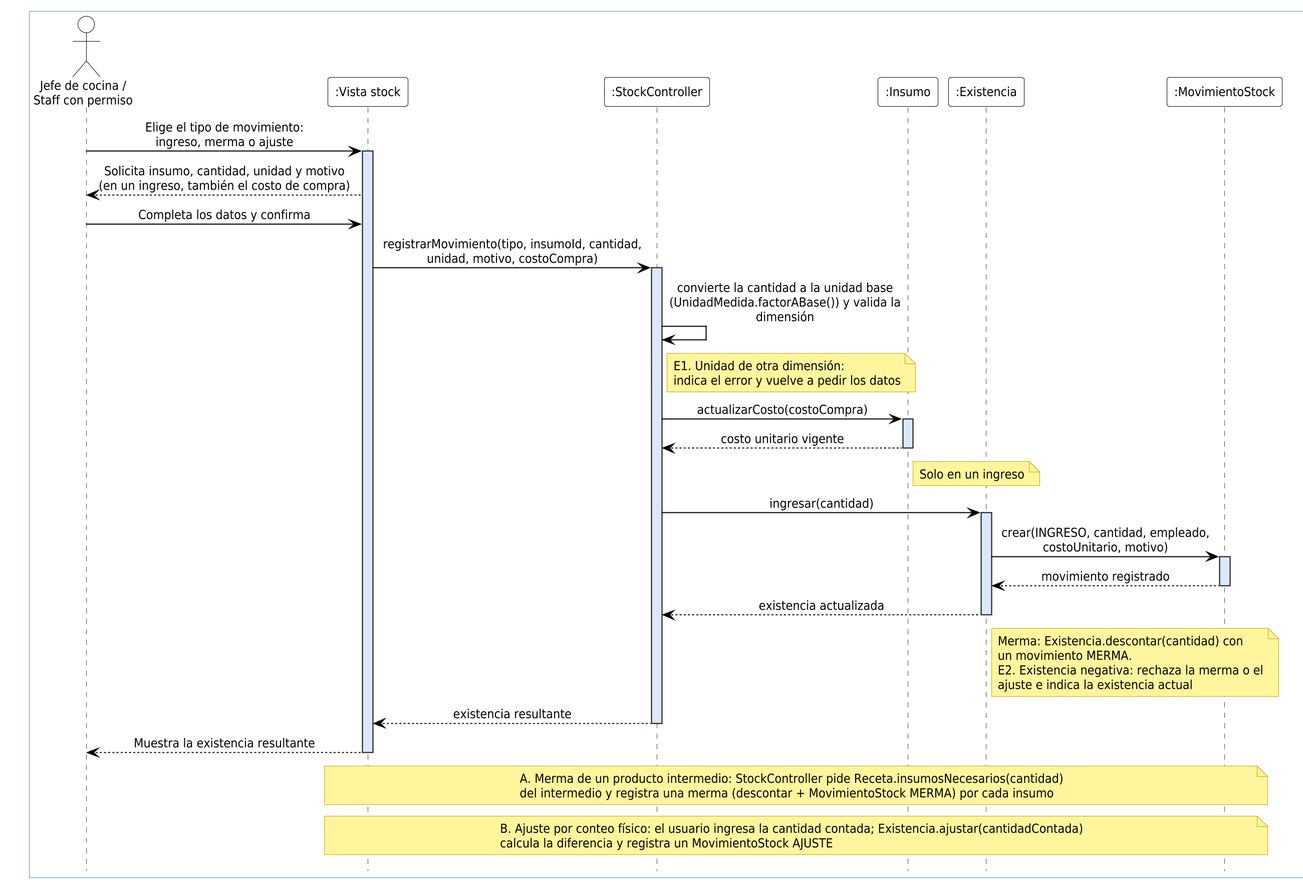
GabrielLigresti/TFG-PGIM keeps this PlantUML diagram as docs/modelos/secuencia/CU-08-registrar-movimientos-de-stock/v1/cu-08-secuencia-v1.png. Above is the earlier version. The source it was exported from:
```plantuml
@startuml cu-08-secuencia-v1
skinparam dpi 200
skinparam defaultFontName DejaVu Sans Condensed
skinparam defaultFontSize 12
skinparam shadowing false
skinparam maxMessageSize 260
skinparam sequenceMessageAlign center
skinparam responseMessageBelowArrow false
skinparam ArrowColor #000000
skinparam ArrowThickness 1
skinparam ActorBorderColor #000000
skinparam ActorBackgroundColor #FFFFFF
skinparam ActorFontColor #000000
skinparam ParticipantBorderColor #000000
skinparam ParticipantBackgroundColor #FFFFFF
skinparam ParticipantFontColor #000000
skinparam NoteBorderColor #BFA800
skinparam NoteBackgroundColor #FFF59D
skinparam NoteFontColor #000000
skinparam BoxPadding 12
skinparam sequence {
  LifeLineBorderColor #444444
  LifeLineBackgroundColor #DAE8FC
  BoxBorderColor #4A90D9
  BoxBackgroundColor #FFFFFF
}
hide footbox

box
  actor "Jefe de cocina /\nStaff con permiso" as U
  participant ":Vista stock" as V
  participant ":StockController" as SC
  participant ":Insumo" as I
  participant ":Existencia" as E
  participant ":MovimientoStock" as MS
end box

U -> V : Elige el tipo de movimiento:\ningreso, merma o ajuste
activate V
V --> U : Solicita insumo, cantidad, unidad y motivo\n(en un ingreso, también el costo de compra)
U -> V : Completa los datos y confirma
V -> SC : registrarMovimiento(tipo, insumoId, cantidad,\nunidad, motivo, costoCompra)
activate SC
SC -> SC : convierte la cantidad a la unidad base\n(UnidadMedida.factorABase()) y valida la dimensión
note right of SC : E1. Unidad de otra dimensión:\nindica el error y vuelve a pedir los datos
SC -> I : actualizarCosto(costoCompra)
activate I
I --> SC : costo unitario vigente
deactivate I
note right of I : Solo en un ingreso
SC -> E : ingresar(cantidad)
activate E
E -> MS : crear(INGRESO, cantidad, empleado,\ncostoUnitario, motivo)
activate MS
MS --> E : movimiento registrado
deactivate MS
E --> SC : existencia actualizada
deactivate E
note right of E : Merma: Existencia.descontar(cantidad) con\nun movimiento MERMA.\nE2. Existencia negativa: rechaza la merma o el\najuste e indica la existencia actual
SC --> V : existencia resultante
deactivate SC
V --> U : Muestra la existencia resultante
deactivate V

note over V, MS : A. Merma de un producto intermedio: StockController pide Receta.insumosNecesarios(cantidad)\ndel intermedio y registra una merma (descontar + MovimientoStock MERMA) por cada insumo
note over V, MS : B. Ajuste por conteo físico: el usuario ingresa la cantidad contada; Existencia.ajustar(cantidadContada)\ncalcula la diferencia y registra un MovimientoStock AJUSTE
@enduml
```
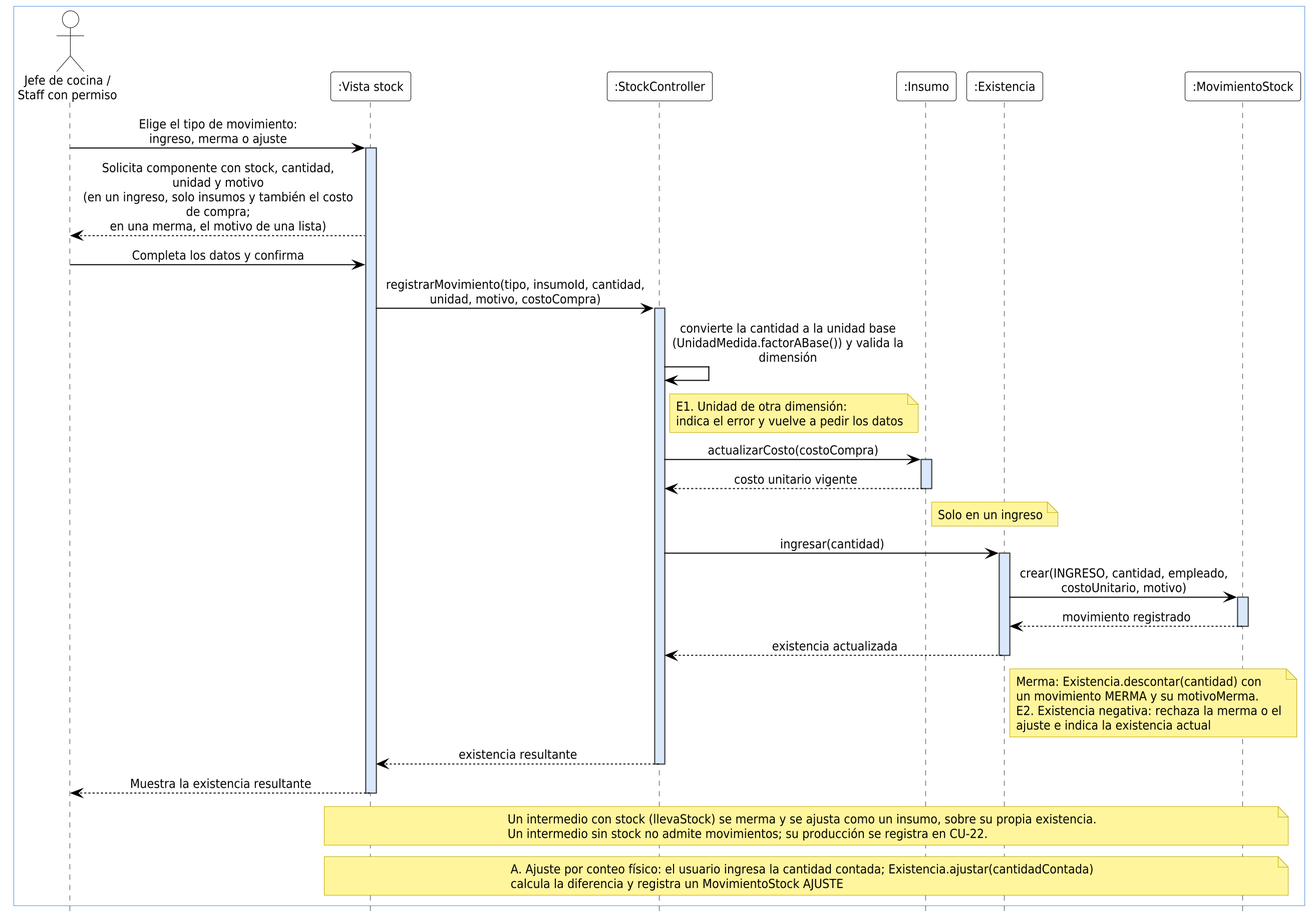
The same file after the commit.

Diff of the diagram source:
```diff
@@ -37,7 +37,7 @@
 
 U -> V : Elige el tipo de movimiento:\ningreso, merma o ajuste
 activate V
-V --> U : Solicita insumo, cantidad, unidad y motivo\n(en un ingreso, también el costo de compra)
+V --> U : Solicita componente con stock, cantidad, unidad y motivo\n(en un ingreso, solo insumos y también el costo de compra;\nen una merma, el motivo de una lista)
 U -> V : Completa los datos y confirma
 V -> SC : registrarMovimiento(tipo, insumoId, cantidad,\nunidad, motivo, costoCompra)
 activate SC
@@ -56,12 +56,12 @@
 deactivate MS
 E --> SC : existencia actualizada
 deactivate E
-note right of E : Merma: Existencia.descontar(cantidad) con\nun movimiento MERMA.\nE2. Existencia negativa: rechaza la merma o el\najuste e indica la existencia actual
+note right of E : Merma: Existencia.descontar(cantidad) con\nun movimiento MERMA y su motivoMerma.\nE2. Existencia negativa: rechaza la merma o el\najuste e indica la existencia actual
 SC --> V : existencia resultante
 deactivate SC
 V --> U : Muestra la existencia resultante
 deactivate V
 
-note over V, MS : A. Merma de un producto intermedio: StockController pide Receta.insumosNecesarios(cantidad)\ndel intermedio y registra una merma (descontar + MovimientoStock MERMA) por cada insumo
-note over V, MS : B. Ajuste por conteo físico: el usuario ingresa la cantidad contada; Existencia.ajustar(cantidadContada)\ncalcula la diferencia y registra un MovimientoStock AJUSTE
+note over V, MS : Un intermedio con stock (llevaStock) se merma y se ajusta como un insumo, sobre su propia existencia.\nUn intermedio sin stock no admite movimientos; su producción se registra en CU-22.
+note over V, MS : A. Ajuste por conteo físico: el usuario ingresa la cantidad contada; Existencia.ajustar(cantidadContada)\ncalcula la diferencia y registra un MovimientoStock AJUSTE
 @enduml
```
